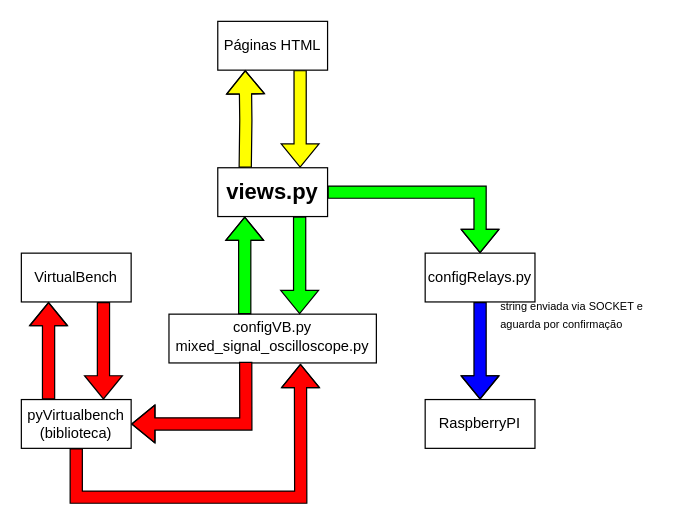
Above: diagramas/Diagrama_simplificado.drawio in eddygrinder/LaRE (draw.io), before the change. Source tidied: cells renumbered, new cells numbered last; positions are measured from the earlier drawing's top-left corner, leaving out a move shared by most shapes. Both pictures are drawn from the tidied source at 122%, with x=0, y=0 at pixel (21, 21).
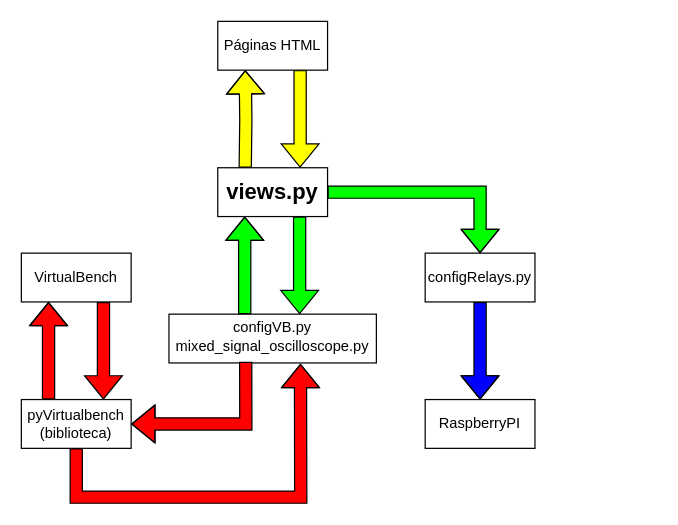
Above is the later version.

Change to the diagram source:
```diff
@@
-    <mxCell id="8" value="&lt;font style=&quot;font-size: 9px;&quot;&gt;string enviada via SOCKET e&amp;nbsp;&lt;/font&gt;&lt;div&gt;&lt;font style=&quot;font-size: 9px;&quot;&gt;aguarda por confirmação&lt;/font&gt;&lt;/div&gt;" style="text;html=1;align=left;verticalAlign=middle;whiteSpace=wrap;rounded=0;" parent="1" vertex="1">
-      <mxGeometry x="391" y="230" width="130" height="20" as="geometry" />
-    </mxCell>
```
